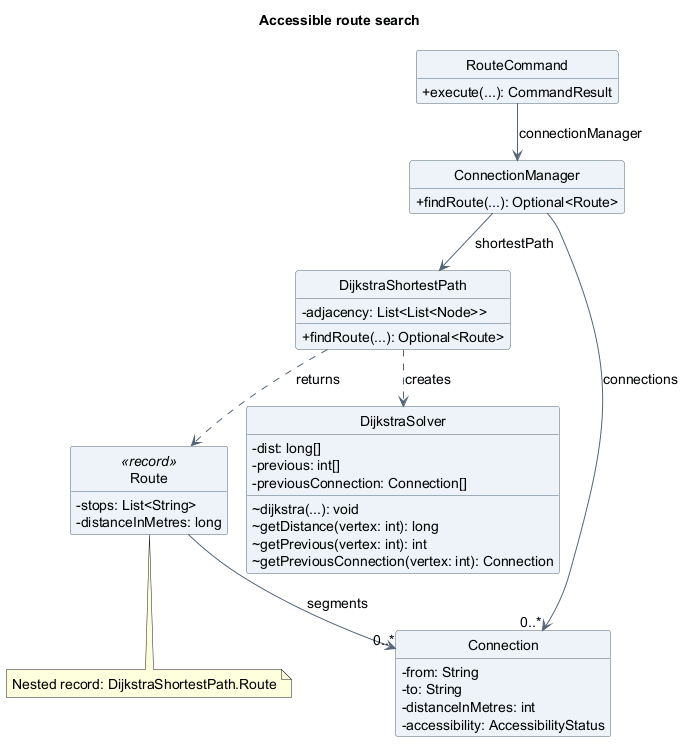
This is docs/images/luke/class/RoutingClassDiagram.png from AY2627S1-CS2113-T10-4/tp, a PlantUML export, as it was before one commit.
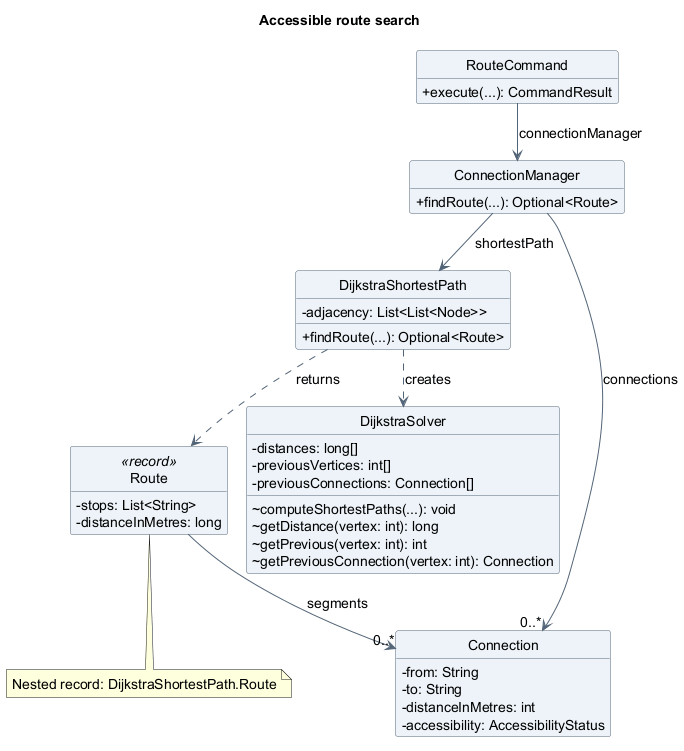
Later version of the same file.

Diff of the diagram source:
```diff
@@ -23,10 +23,10 @@
   +findRoute(...): Optional<Route>
 }
 class DijkstraSolver {
-  -dist: long[]
-  -previous: int[]
-  -previousConnection: Connection[]
-  ~dijkstra(...): void
+  -distances: long[]
+  -previousVertices: int[]
+  -previousConnections: Connection[]
+  ~computeShortestPaths(...): void
   ~getDistance(vertex: int): long
   ~getPrevious(vertex: int): int
   ~getPreviousConnection(vertex: int): Connection
```
